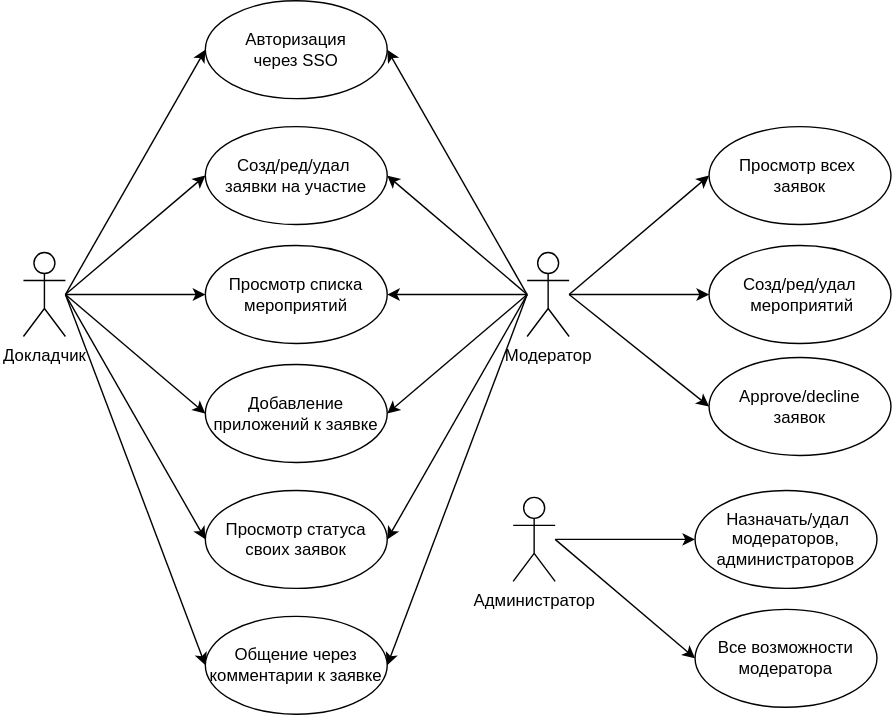
Above: docs/use-case-diagram.svg in ybairamgalin/bmstu-database-course-work (draw.io), before the change. Source tidied: cells renumbered, new cells last; positions are measured from the earlier drawing's top-left corner, leaving out a move shared by most shapes.
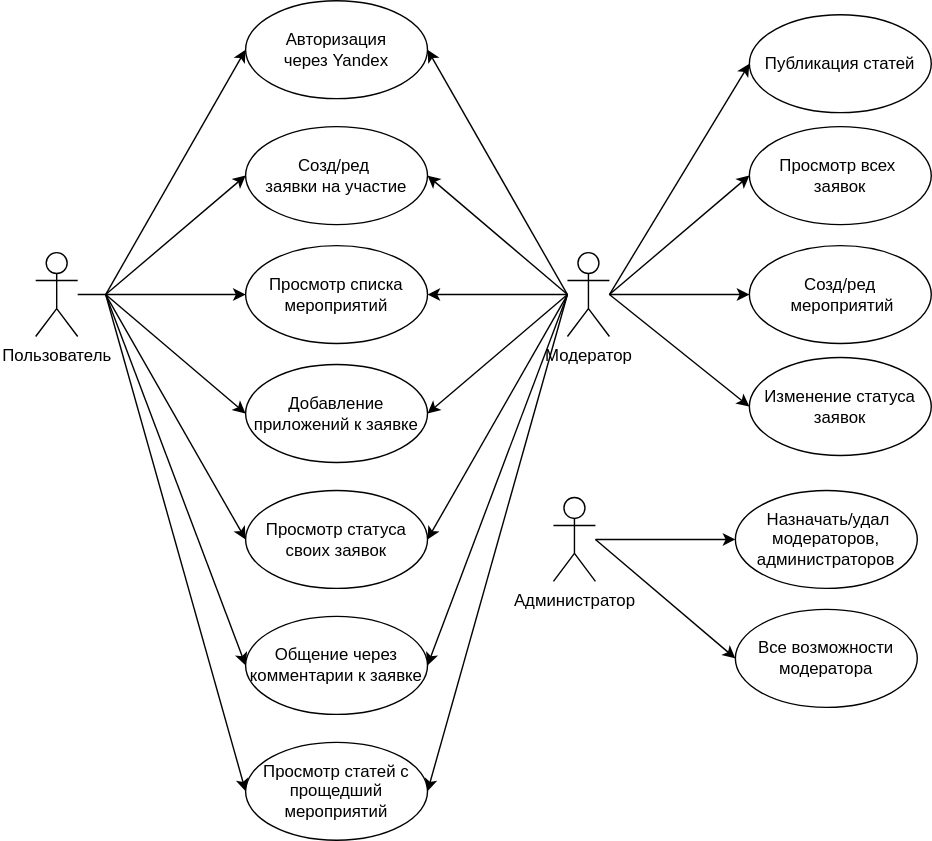
Later version of the same file.

Change to the diagram source:
```diff
@@ -2,10 +2,10 @@
   <root>
     <mxCell id="0" />
     <mxCell id="1" parent="0" />
-    <mxCell id="2" value="Докладчик" style="shape=umlActor;verticalLabelPosition=bottom;verticalAlign=top;html=1;outlineConnect=0;" parent="1" vertex="1">
-      <mxGeometry y="180" width="30" height="60" as="geometry" />
+    <mxCell id="2" value="Пользователь" style="shape=umlActor;verticalLabelPosition=bottom;verticalAlign=top;html=1;outlineConnect=0;" parent="1" vertex="1">
+      <mxGeometry x="-20" y="180" width="30" height="60" as="geometry" />
     </mxCell>
-    <mxCell id="3" value="Авторизация&lt;div&gt;через SSO&lt;/div&gt;" style="ellipse;whiteSpace=wrap;html=1;" parent="1" vertex="1">
+    <mxCell id="3" value="Авторизация&lt;div&gt;через Yandex&lt;/div&gt;" style="ellipse;whiteSpace=wrap;html=1;" parent="1" vertex="1">
       <mxGeometry x="130" width="130" height="70" as="geometry" />
     </mxCell>
     <mxCell id="4" value="Добавление приложений к заявке" style="ellipse;whiteSpace=wrap;html=1;" parent="1" vertex="1">
@@ -14,7 +14,7 @@
     <mxCell id="5" value="Просмотр статуса&lt;div&gt;своих заявок&lt;/div&gt;" style="ellipse;whiteSpace=wrap;html=1;" parent="1" vertex="1">
       <mxGeometry x="130" y="350" width="130" height="70" as="geometry" />
     </mxCell>
-    <mxCell id="6" value="Созд/ред/удал&amp;nbsp;&lt;div&gt;заявки на участие&lt;/div&gt;" style="ellipse;whiteSpace=wrap;html=1;" parent="1" vertex="1">
+    <mxCell id="6" value="Созд/ред&amp;nbsp;&lt;div&gt;заявки на участие&lt;/div&gt;" style="ellipse;whiteSpace=wrap;html=1;" parent="1" vertex="1">
       <mxGeometry x="130" y="90" width="130" height="70" as="geometry" />
     </mxCell>
     <mxCell id="7" value="Просмотр списка мероприятий" style="ellipse;whiteSpace=wrap;html=1;" parent="1" vertex="1">
@@ -82,10 +82,10 @@
         <mxPoint x="390" y="210" as="sourcePoint" />
       </mxGeometry>
     </mxCell>
-    <mxCell id="22" value="Созд/ред/удал&lt;div&gt;&amp;nbsp;мероприятий&lt;/div&gt;" style="ellipse;whiteSpace=wrap;html=1;" parent="1" vertex="1">
+    <mxCell id="22" value="Созд/ред&lt;div&gt;&amp;nbsp;мероприятий&lt;/div&gt;" style="ellipse;whiteSpace=wrap;html=1;" parent="1" vertex="1">
       <mxGeometry x="490" y="175" width="130" height="70" as="geometry" />
     </mxCell>
-    <mxCell id="23" value="&lt;div&gt;Approve/decline&lt;/div&gt;&lt;div&gt;заявок&lt;/div&gt;" style="ellipse;whiteSpace=wrap;html=1;" parent="1" vertex="1">
+    <mxCell id="23" value="&lt;div&gt;Изменение статуса&lt;/div&gt;&lt;div&gt;заявок&lt;/div&gt;" style="ellipse;whiteSpace=wrap;html=1;" parent="1" vertex="1">
       <mxGeometry x="490" y="255" width="130" height="70" as="geometry" />
     </mxCell>
     <mxCell id="24" style="endArrow=classic;html=1;rounded=0;entryX=0;entryY=0.5;entryDx=0;entryDy=0;" parent="1" edge="1" target="22">
@@ -125,5 +125,26 @@
         <mxPoint x="360" y="210" as="sourcePoint" />
       </mxGeometry>
     </mxCell>
+    <mxCell id="33" value="Просмотр статей с прощедший мероприятий" style="ellipse;whiteSpace=wrap;html=1;" parent="1" vertex="1">
+      <mxGeometry x="130" y="530" width="130" height="70" as="geometry" />
+    </mxCell>
+    <mxCell id="34" style="endArrow=classic;html=1;rounded=0;entryX=0;entryY=0.5;entryDx=0;entryDy=0;" parent="1" edge="1" target="33">
+      <mxGeometry relative="1" as="geometry">
+        <mxPoint x="30" y="210" as="sourcePoint" />
+      </mxGeometry>
+    </mxCell>
+    <mxCell id="35" value="Публикация статей" style="ellipse;whiteSpace=wrap;html=1;" parent="1" vertex="1">
+      <mxGeometry x="490" y="10" width="130" height="70" as="geometry" />
+    </mxCell>
+    <mxCell id="36" style="endArrow=classic;html=1;rounded=0;entryX=0;entryY=0.5;entryDx=0;entryDy=0;" parent="1" edge="1" target="35">
+      <mxGeometry relative="1" as="geometry">
+        <mxPoint x="390" y="210" as="sourcePoint" />
+      </mxGeometry>
+    </mxCell>
+    <mxCell id="37" style="endArrow=classic;html=1;rounded=0;entryX=1;entryY=0.5;entryDx=0;entryDy=0;" parent="1" edge="1" target="33">
+      <mxGeometry relative="1" as="geometry">
+        <mxPoint x="360" y="210" as="sourcePoint" />
+      </mxGeometry>
+    </mxCell>
   </root>
 </mxGraphModel>
```
